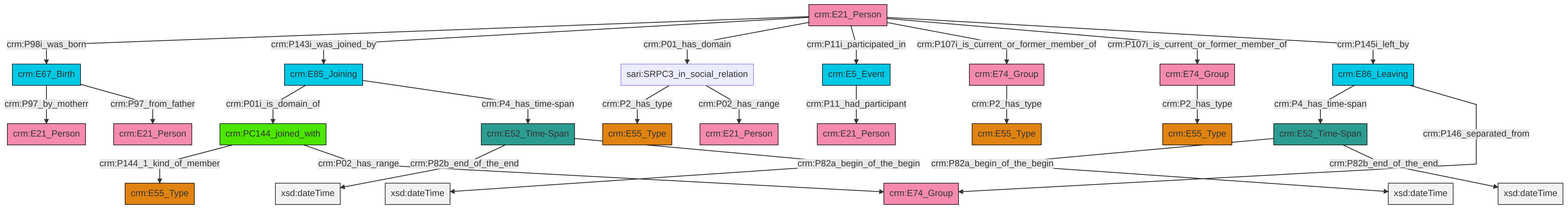
Before: et/personCSV/ttl/mmd/png/Person_Actor_Relations.png, a diagram exported from Mermaid (swiss-art-research-net/docs.swissartresearch). Its source is kept beside it as et/personCSV/ttl/mmd/Person_Actor_Relations.ttl.mmd.
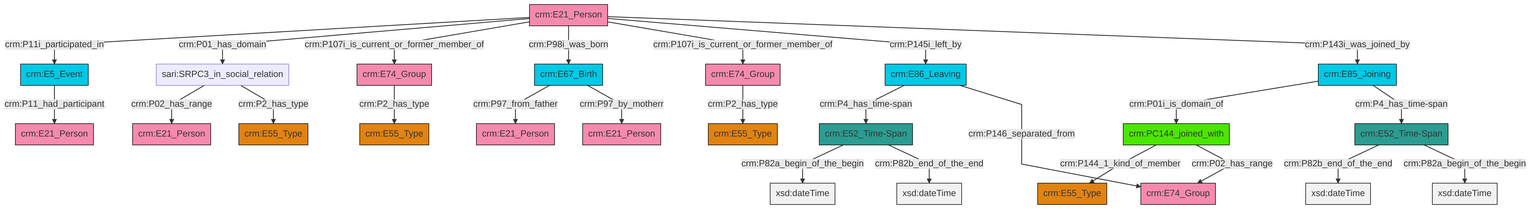
The same file after the commit.

What changed in the source:
```diff
@@ -13,27 +13,27 @@
 classDef PC_Classes fill:#4ce600, stroke:#000000;
 classDef Multi fill:#cccccc,stroke:#000000;
 
-0["crm:E21_Person"]:::Actor -->|crm:P98i_was_born| 1["crm:E67_Birth"]:::Temporal_Entity
-6["sari:SRPC3_in_social_relation"]:::Default -->|crm:P2_has_type| 7["crm:E55_Type"]:::Type
-11["crm:E74_Group"]:::Actor -->|crm:P2_has_type| 12["crm:E55_Type"]:::Type
-6["sari:SRPC3_in_social_relation"]:::Default -->|crm:P02_has_range| 14["crm:E21_Person"]:::Actor
-15["crm:E52_Time-Span"]:::Time-Span -->|crm:P82b_end_of_the_end| 16[xsd:dateTime]:::Literal
-18["crm:E86_Leaving"]:::Temporal_Entity -->|crm:P4_has_time-span| 4["crm:E52_Time-Span"]:::Time-Span
-0["crm:E21_Person"]:::Actor -->|crm:P143i_was_joined_by| 2["crm:E85_Joining"]:::Temporal_Entity
-15["crm:E52_Time-Span"]:::Time-Span -->|crm:P82a_begin_of_the_begin| 19[xsd:dateTime]:::Literal
-0["crm:E21_Person"]:::Actor -->|crm:P01_has_domain| 6["sari:SRPC3_in_social_relation"]:::Default
-23["crm:PC144_joined_with"]:::PC_Classes -->|crm:P144_1_kind_of_member| 24["crm:E55_Type"]:::Type
-0["crm:E21_Person"]:::Actor -->|crm:P11i_participated_in| 26["crm:E5_Event"]:::Temporal_Entity
-2["crm:E85_Joining"]:::Temporal_Entity -->|crm:P01i_is_domain_of| 23["crm:PC144_joined_with"]:::PC_Classes
-4["crm:E52_Time-Span"]:::Time-Span -->|crm:P82a_begin_of_the_begin| 29[xsd:dateTime]:::Literal
-0["crm:E21_Person"]:::Actor -->|crm:P107i_is_current_or_former_member_of| 11["crm:E74_Group"]:::Actor
-23["crm:PC144_joined_with"]:::PC_Classes -->|crm:P02_has_range| 32["crm:E74_Group"]:::Actor
-18["crm:E86_Leaving"]:::Temporal_Entity -->|crm:P146_separated_from| 32["crm:E74_Group"]:::Actor
-1["crm:E67_Birth"]:::Temporal_Entity -->|crm:P97_by_motherr| 20["crm:E21_Person"]:::Actor
-2["crm:E85_Joining"]:::Temporal_Entity -->|crm:P4_has_time-span| 15["crm:E52_Time-Span"]:::Time-Span
-4["crm:E52_Time-Span"]:::Time-Span -->|crm:P82b_end_of_the_end| 39[xsd:dateTime]:::Literal
-26["crm:E5_Event"]:::Temporal_Entity -->|crm:P11_had_participant| 9["crm:E21_Person"]:::Actor
-1["crm:E67_Birth"]:::Temporal_Entity -->|crm:P97_from_father| 27["crm:E21_Person"]:::Actor
-0["crm:E21_Person"]:::Actor -->|crm:P107i_is_current_or_former_member_of| 42["crm:E74_Group"]:::Actor
-42["crm:E74_Group"]:::Actor -->|crm:P2_has_type| 34["crm:E55_Type"]:::Type
-0["crm:E21_Person"]:::Actor -->|crm:P145i_left_by| 18["crm:E86_Leaving"]:::Temporal_Entity
+0["crm:E21_Person"]:::Actor -->|crm:P11i_participated_in| 1["crm:E5_Event"]:::Temporal_Entity
+0["crm:E21_Person"]:::Actor -->|crm:P01_has_domain| 2["sari:SRPC3_in_social_relation"]:::Default
+0["crm:E21_Person"]:::Actor -->|crm:P107i_is_current_or_former_member_of| 3["crm:E74_Group"]:::Actor
+3["crm:E74_Group"]:::Actor -->|crm:P2_has_type| 4["crm:E55_Type"]:::Type
+6["crm:E52_Time-Span"]:::Time-Span -->|crm:P82b_end_of_the_end| 7[xsd:dateTime]:::Literal
+0["crm:E21_Person"]:::Actor -->|crm:P98i_was_born| 8["crm:E67_Birth"]:::Temporal_Entity
+1["crm:E5_Event"]:::Temporal_Entity -->|crm:P11_had_participant| 9["crm:E21_Person"]:::Actor
+10["crm:PC144_joined_with"]:::PC_Classes -->|crm:P144_1_kind_of_member| 11["crm:E55_Type"]:::Type
+6["crm:E52_Time-Span"]:::Time-Span -->|crm:P82a_begin_of_the_begin| 12[xsd:dateTime]:::Literal
+10["crm:PC144_joined_with"]:::PC_Classes -->|crm:P02_has_range| 15["crm:E74_Group"]:::Actor
+21["crm:E52_Time-Span"]:::Time-Span -->|crm:P82a_begin_of_the_begin| 22[xsd:dateTime]:::Literal
+23["crm:E86_Leaving"]:::Temporal_Entity -->|crm:P4_has_time-span| 21["crm:E52_Time-Span"]:::Time-Span
+8["crm:E67_Birth"]:::Temporal_Entity -->|crm:P97_from_father| 28["crm:E21_Person"]:::Actor
+8["crm:E67_Birth"]:::Temporal_Entity -->|crm:P97_by_motherr| 30["crm:E21_Person"]:::Actor
+0["crm:E21_Person"]:::Actor -->|crm:P107i_is_current_or_former_member_of| 16["crm:E74_Group"]:::Actor
+0["crm:E21_Person"]:::Actor -->|crm:P145i_left_by| 23["crm:E86_Leaving"]:::Temporal_Entity
+0["crm:E21_Person"]:::Actor -->|crm:P143i_was_joined_by| 19["crm:E85_Joining"]:::Temporal_Entity
+19["crm:E85_Joining"]:::Temporal_Entity -->|crm:P01i_is_domain_of| 10["crm:PC144_joined_with"]:::PC_Classes
+2["sari:SRPC3_in_social_relation"]:::Default -->|crm:P02_has_range| 13["crm:E21_Person"]:::Actor
+2["sari:SRPC3_in_social_relation"]:::Default -->|crm:P2_has_type| 37["crm:E55_Type"]:::Type
+19["crm:E85_Joining"]:::Temporal_Entity -->|crm:P4_has_time-span| 6["crm:E52_Time-Span"]:::Time-Span
+16["crm:E74_Group"]:::Actor -->|crm:P2_has_type| 35["crm:E55_Type"]:::Type
+21["crm:E52_Time-Span"]:::Time-Span -->|crm:P82b_end_of_the_end| 44[xsd:dateTime]:::Literal
+23["crm:E86_Leaving"]:::Temporal_Entity -->|crm:P146_separated_from| 15["crm:E74_Group"]:::Actor
```
